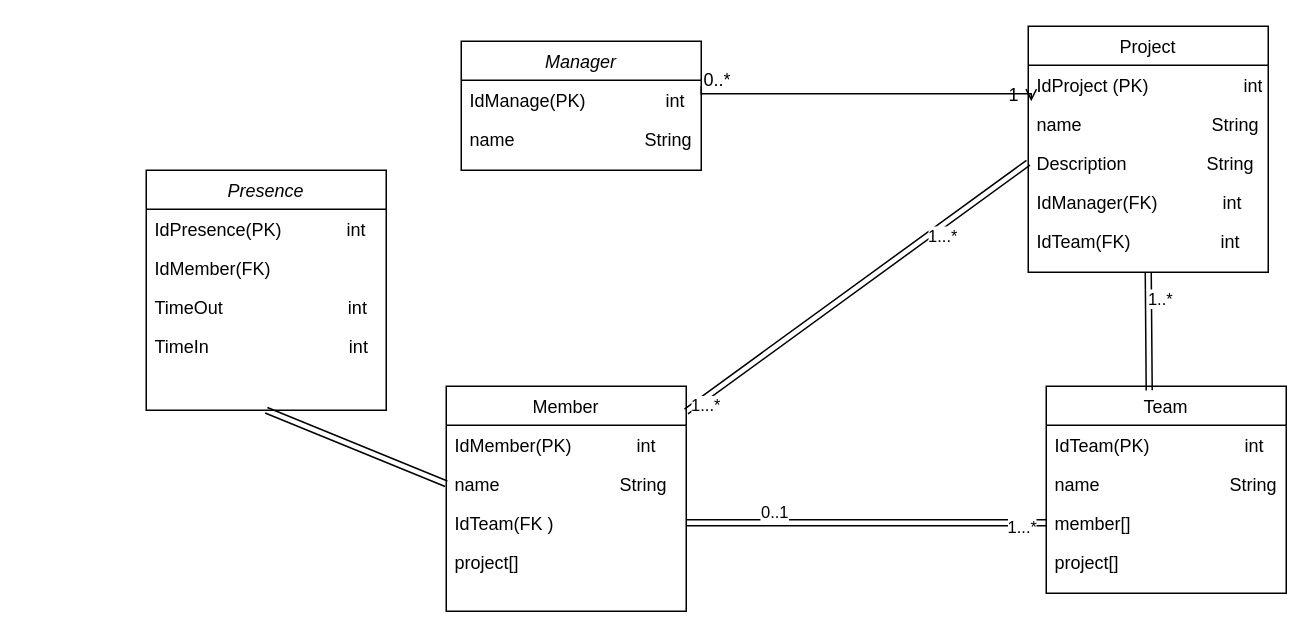
This is Diagramme sans nom.drawio from salma-abt/RAM, a draw.io file, before an edit. Source tidied: cells renumbered, new cells numbered last; positions are measured from the earlier drawing's top-left corner, leaving out a move shared by most shapes. Both pictures are drawn from the tidied source at 150%, with x=0, y=0 at pixel (146, 26).
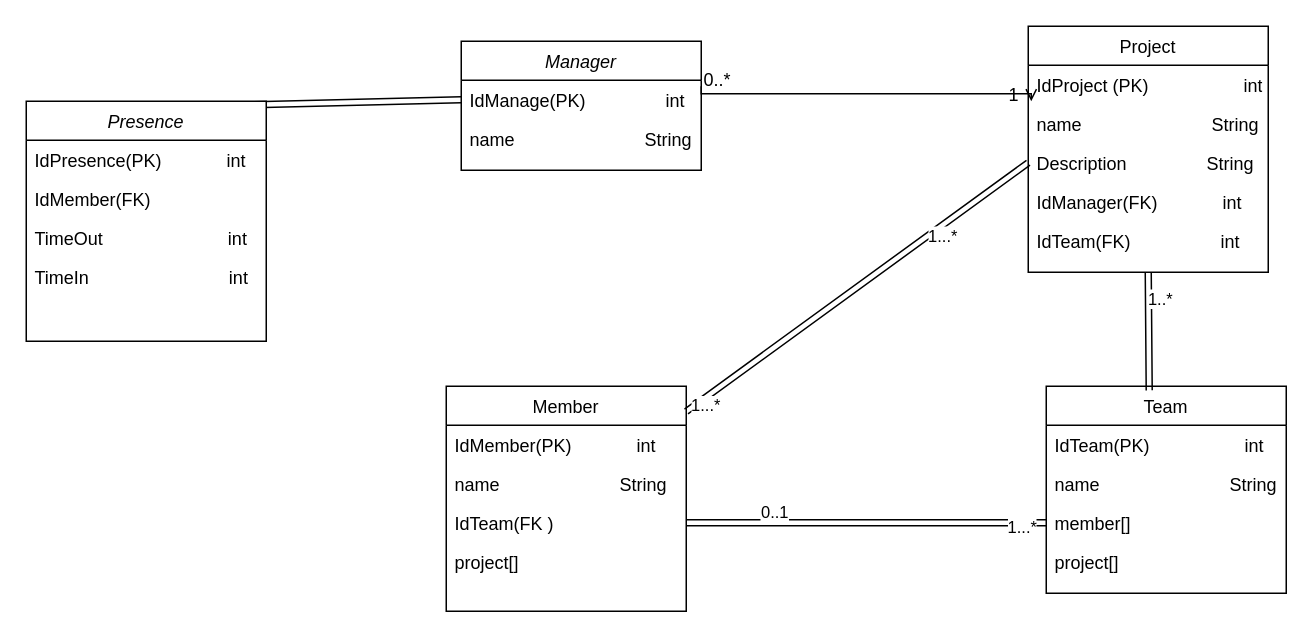
The same page after the edit.

Commit message:
Mettre à jour Diagramme sans nom.drawio

The change refers to these unchanged cells:
```xml
<mxCell id="3" value="IdManage(PK)                int" style="text;align=left;verticalAlign=top;spacingLeft=4;spacingRight=4;overflow=hidden;points=[[0,0.5],[1,0.5]];portConstraint=eastwest;" parent="2" vertex="1">
  <mxGeometry y="26" width="160" height="26" as="geometry" />
</mxCell>
<mxCell id="12" value="name                        String" style="text;align=left;verticalAlign=top;spacingLeft=4;spacingRight=4;overflow=hidden;points=[[0,0.5],[1,0.5]];portConstraint=eastwest;" parent="10" vertex="1">
  <mxGeometry y="52" width="160" height="26" as="geometry" />
</mxCell>
```

The edit, as a diff of the source:
```diff
@@
-    <mxCell id="32" style="edgeStyle=none;shape=link;rounded=0;jettySize=auto;html=1;exitX=0.5;exitY=1;exitDx=0;exitDy=0;entryX=0;entryY=0.5;entryDx=0;entryDy=0;" parent="1" edge="1" source="33" target="12">
+    <mxCell id="32" style="edgeStyle=none;shape=link;rounded=0;jettySize=auto;html=1;exitX=0.609;exitY=0.023;exitDx=0;exitDy=0;entryX=0;entryY=0.5;entryDx=0;entryDy=0;exitPerimeter=0;" parent="1" edge="1" source="33" target="3">
       <mxGeometry relative="1" as="geometry" />
     </mxCell>
     <mxCell id="33" value="Presence" style="swimlane;fontStyle=2;align=center;verticalAlign=top;horizontal=1;startSize=26;rounded=0;shadow=0;strokeWidth=1;" parent="1" vertex="1">
-      <mxGeometry y="96" width="160" height="160" as="geometry" />
+      <mxGeometry x="-80" y="50" width="160" height="160" as="geometry" />
     </mxCell>
```
